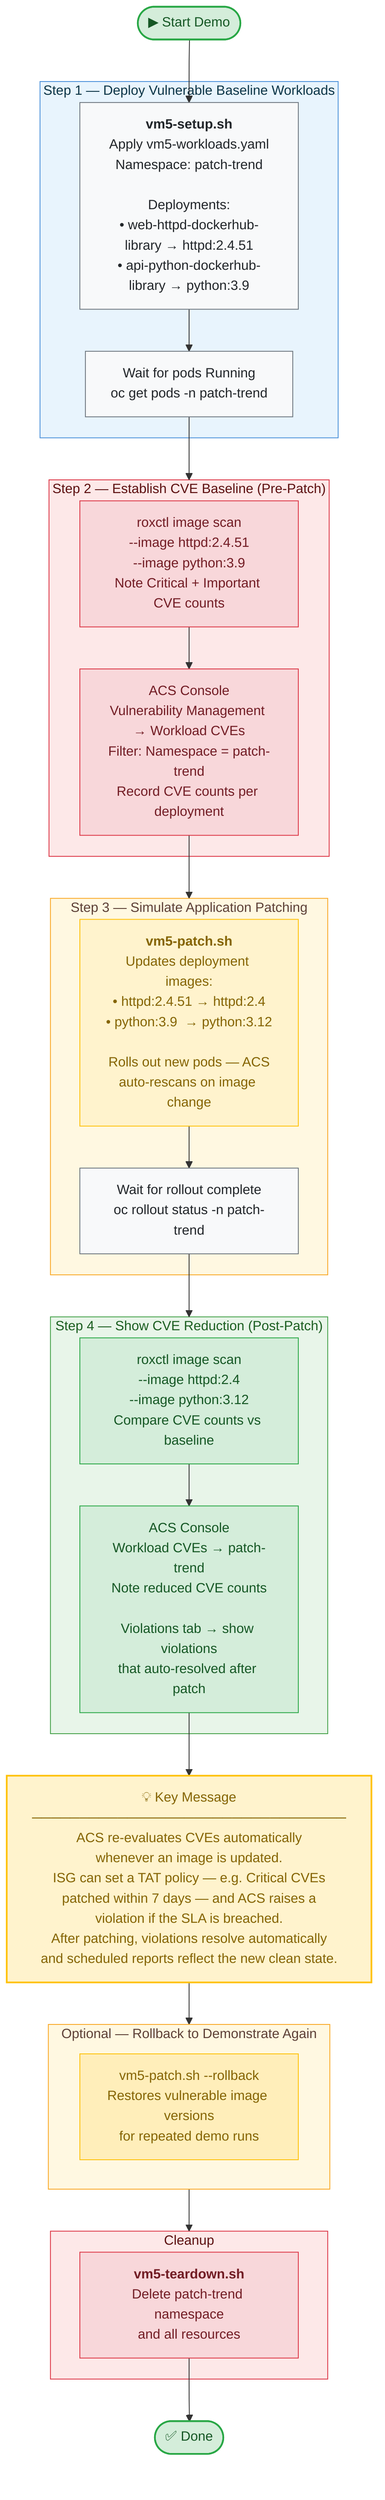
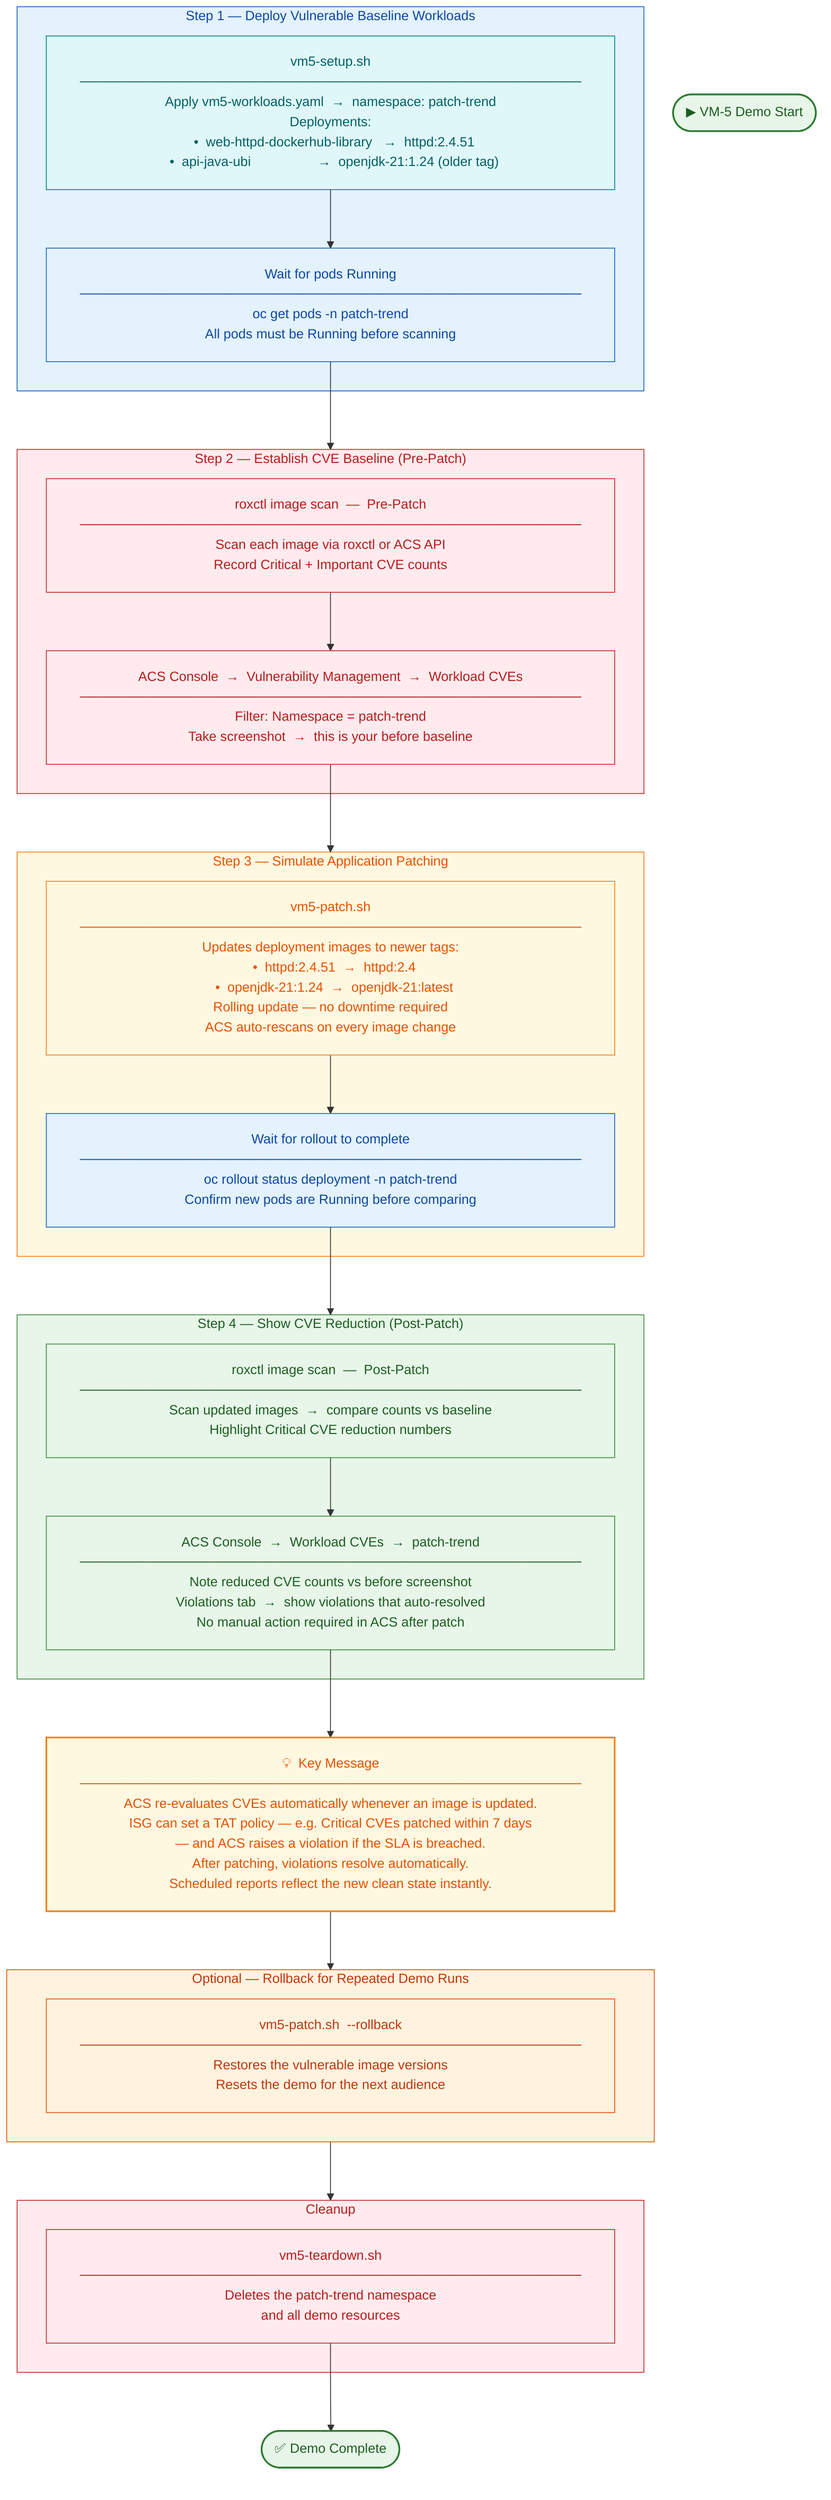
+ %%{init: {'flowchart': {'padding': 20, 'nodeSpacing': 50, 'rankSpacing': 70, 'wrappingWidth': 500}}}%%
flowchart TD

-     START([▶ Start Demo]) --> SETUP_SCRIPT
+     START(["▶  VM-5 Demo Start"])

-     subgraph SETUP ["Step 1 — Deploy Vulnerable Baseline Workloads"]
-         SETUP_SCRIPT["<b>vm5-setup.sh</b>\nApply vm5-workloads.yaml\nNamespace: patch-trend\n\nDeployments:\n• web-httpd-dockerhub-library → httpd:2.4.51\n• api-python-dockerhub-library → python:3.9"]
-         SETUP_SCRIPT --> WAIT_PODS["Wait for pods Running\noc get pods -n patch-trend"]
+     subgraph SETUP ["Step 1  —  Deploy Vulnerable Baseline Workloads"]
+         SETUP_SCRIPT["vm5-setup.sh\n─────────────────────────────────────────────────────\nApply vm5-workloads.yaml  →  namespace: patch-trend\nDeployments:\n  •  web-httpd-dockerhub-library   →  httpd:2.4.51\n  •  api-java-ubi                  →  openjdk-21:1.24 (older tag)"]
+         SETUP_SCRIPT --> WAIT_PODS["Wait for pods Running\n─────────────────────────────────────────────────────\noc get pods -n patch-trend\nAll pods must be Running before scanning"]
    end

    WAIT_PODS --> BASELINE

-     subgraph BASELINE ["Step 2 — Establish CVE Baseline (Pre-Patch)"]
-         SCAN_BEFORE["roxctl image scan\n--image httpd:2.4.51\n--image python:3.9\nNote Critical + Important CVE counts"]
-         SCAN_BEFORE --> ACS_BEFORE["ACS Console\nVulnerability Management → Workload CVEs\nFilter: Namespace = patch-trend\nRecord CVE counts per deployment"]
+     subgraph BASELINE ["Step 2  —  Establish CVE Baseline  (Pre-Patch)"]
+         SCAN_BEFORE["roxctl image scan  —  Pre-Patch\n─────────────────────────────────────────────────────\nScan each image via roxctl or ACS API\nRecord Critical + Important CVE counts"]
+         SCAN_BEFORE --> ACS_BEFORE["ACS Console  →  Vulnerability Management  →  Workload CVEs\n─────────────────────────────────────────────────────\nFilter: Namespace = patch-trend\nTake screenshot  →  this is your before baseline"]
    end

    ACS_BEFORE --> PATCH

-     subgraph PATCH ["Step 3 — Simulate Application Patching"]
-         PATCH_SCRIPT["<b>vm5-patch.sh</b>\nUpdates deployment images:\n• httpd:2.4.51 → httpd:2.4\n• python:3.9  → python:3.12\n\nRolls out new pods — ACS\nauto-rescans on image change"]
-         PATCH_SCRIPT --> WAIT_ROLLOUT["Wait for rollout complete\noc rollout status -n patch-trend"]
+     subgraph PATCH ["Step 3  —  Simulate Application Patching"]
+         PATCH_SCRIPT["vm5-patch.sh\n─────────────────────────────────────────────────────\nUpdates deployment images to newer tags:\n  •  httpd:2.4.51  →  httpd:2.4\n  •  openjdk-21:1.24  →  openjdk-21:latest\nRolling update — no downtime required\nACS auto-rescans on every image change"]
+         PATCH_SCRIPT --> WAIT_ROLLOUT["Wait for rollout to complete\n─────────────────────────────────────────────────────\noc rollout status deployment -n patch-trend\nConfirm new pods are Running before comparing"]
    end

    WAIT_ROLLOUT --> COMPARE

-     subgraph COMPARE ["Step 4 — Show CVE Reduction (Post-Patch)"]
-         SCAN_AFTER["roxctl image scan\n--image httpd:2.4\n--image python:3.12\nCompare CVE counts vs baseline"]
-         SCAN_AFTER --> ACS_AFTER["ACS Console\nWorkload CVEs → patch-trend\nNote reduced CVE counts\n\nViolations tab → show violations\nthat auto-resolved after patch"]
+     subgraph COMPARE ["Step 4  —  Show CVE Reduction  (Post-Patch)"]
+         SCAN_AFTER["roxctl image scan  —  Post-Patch\n─────────────────────────────────────────────────────\nScan updated images  →  compare counts vs baseline\nHighlight Critical CVE reduction numbers"]
+         SCAN_AFTER --> ACS_AFTER["ACS Console  →  Workload CVEs  →  patch-trend\n─────────────────────────────────────────────────────\nNote reduced CVE counts vs before screenshot\nViolations tab  →  show violations that auto-resolved\nNo manual action required in ACS after patch"]
    end

    ACS_AFTER --> KEY_MSG

-     KEY_MSG["💡 Key Message\n─────────────────────────────────\nACS re-evaluates CVEs automatically\nwhenever an image is updated.\nISG can set a TAT policy — e.g. Critical CVEs\npatched within 7 days — and ACS raises a\nviolation if the SLA is breached.\nAfter patching, violations resolve automatically\nand scheduled reports reflect the new clean state."]
+     KEY_MSG["💡  Key Message\n─────────────────────────────────────────────────────\nACS re-evaluates CVEs automatically whenever an image is updated.\nISG can set a TAT policy — e.g. Critical CVEs patched within 7 days\n— and ACS raises a violation if the SLA is breached.\nAfter patching, violations resolve automatically.\nScheduled reports reflect the new clean state instantly."]

    KEY_MSG --> OPTIONAL

-     subgraph OPTIONAL ["Optional — Rollback to Demonstrate Again"]
-         ROLLBACK["vm5-patch.sh --rollback\nRestores vulnerable image versions\nfor repeated demo runs"]
+     subgraph OPTIONAL ["Optional  —  Rollback for Repeated Demo Runs"]
+         ROLLBACK["vm5-patch.sh  --rollback\n─────────────────────────────────────────────────────\nRestores the vulnerable image versions\nResets the demo for the next audience"]
    end

    OPTIONAL --> CLEANUP

    subgraph CLEANUP ["Cleanup"]
-         TEARDOWN["<b>vm5-teardown.sh</b>\nDelete patch-trend namespace\nand all resources"]
+         TEARDOWN["vm5-teardown.sh\n─────────────────────────────────────────────────────\nDeletes the patch-trend namespace\nand all demo resources"]
    end

-     TEARDOWN --> DONE([✅ Done])
+     TEARDOWN --> DONE(["✅  Demo Complete"])

-     %% Styling
-     style START          fill:#d4edda,color:#155724,stroke:#28a745,stroke-width:2px
-     style DONE           fill:#d4edda,color:#155724,stroke:#28a745,stroke-width:2px
-     style KEY_MSG        fill:#fff3cd,color:#856404,stroke:#ffc107,stroke-width:2px
-     style SETUP_SCRIPT   fill:#f8f9fa,color:#212529,stroke:#6c757d,stroke-width:1px
-     style WAIT_PODS      fill:#f8f9fa,color:#212529,stroke:#6c757d,stroke-width:1px
-     style SCAN_BEFORE    fill:#f8d7da,color:#721c24,stroke:#dc3545,stroke-width:1px
-     style ACS_BEFORE     fill:#f8d7da,color:#721c24,stroke:#dc3545,stroke-width:1px
-     style PATCH_SCRIPT   fill:#fff3cd,color:#856404,stroke:#ffc107,stroke-width:1px
-     style WAIT_ROLLOUT   fill:#f8f9fa,color:#212529,stroke:#6c757d,stroke-width:1px
-     style SCAN_AFTER     fill:#d4edda,color:#155724,stroke:#28a745,stroke-width:1px
-     style ACS_AFTER      fill:#d4edda,color:#155724,stroke:#28a745,stroke-width:1px
-     style ROLLBACK       fill:#ffeeba,color:#856404,stroke:#ffc107,stroke-width:1px
-     style TEARDOWN       fill:#f8d7da,color:#721c24,stroke:#dc3545,stroke-width:1px
-     style SETUP          fill:#e8f4fd,color:#0c3547,stroke:#4a90d9
-     style BASELINE       fill:#fde8e8,color:#5c1010,stroke:#dc3545
-     style PATCH          fill:#fff8e1,color:#5d4037,stroke:#f9a825
-     style COMPARE        fill:#e8f5e9,color:#1b5e20,stroke:#43a047
-     style OPTIONAL       fill:#fff8e1,color:#5d4037,stroke:#f9a825
-     style CLEANUP        fill:#fde8e8,color:#5c1010,stroke:#dc3545
+     %% Styles — light backgrounds · dark borders · dark text
+     style START          fill:#e8f5e9,color:#1b5e20,stroke:#2e7d32,stroke-width:2px
+     style DONE           fill:#e8f5e9,color:#1b5e20,stroke:#2e7d32,stroke-width:2px
+     style KEY_MSG        fill:#fff8e1,color:#e65100,stroke:#f57f17,stroke-width:2px
+     style SETUP_SCRIPT   fill:#e0f7fa,color:#006064,stroke:#00838f,stroke-width:1px
+     style WAIT_PODS      fill:#e3f2fd,color:#0d47a1,stroke:#1565c0,stroke-width:1px
+     style SCAN_BEFORE    fill:#ffebee,color:#b71c1c,stroke:#c62828,stroke-width:1px
+     style ACS_BEFORE     fill:#ffebee,color:#b71c1c,stroke:#c62828,stroke-width:1px
+     style PATCH_SCRIPT   fill:#fff8e1,color:#e65100,stroke:#f57f17,stroke-width:1px
+     style WAIT_ROLLOUT   fill:#e3f2fd,color:#0d47a1,stroke:#1565c0,stroke-width:1px
+     style SCAN_AFTER     fill:#e8f5e9,color:#1b5e20,stroke:#388e3c,stroke-width:1px
+     style ACS_AFTER      fill:#e8f5e9,color:#1b5e20,stroke:#388e3c,stroke-width:1px
+     style ROLLBACK       fill:#fff3e0,color:#bf360c,stroke:#e65100,stroke-width:1px
+     style TEARDOWN       fill:#ffebee,color:#b71c1c,stroke:#c62828,stroke-width:1px
+     style SETUP          fill:#e3f2fd,color:#0d47a1,stroke:#1565c0
+     style BASELINE       fill:#ffebee,color:#b71c1c,stroke:#c62828
+     style PATCH          fill:#fff8e1,color:#e65100,stroke:#f57f17
+     style COMPARE        fill:#e8f5e9,color:#1b5e20,stroke:#388e3c
+     style OPTIONAL       fill:#fff3e0,color:#bf360c,stroke:#e65100
+     style CLEANUP        fill:#ffebee,color:#b71c1c,stroke:#c62828
